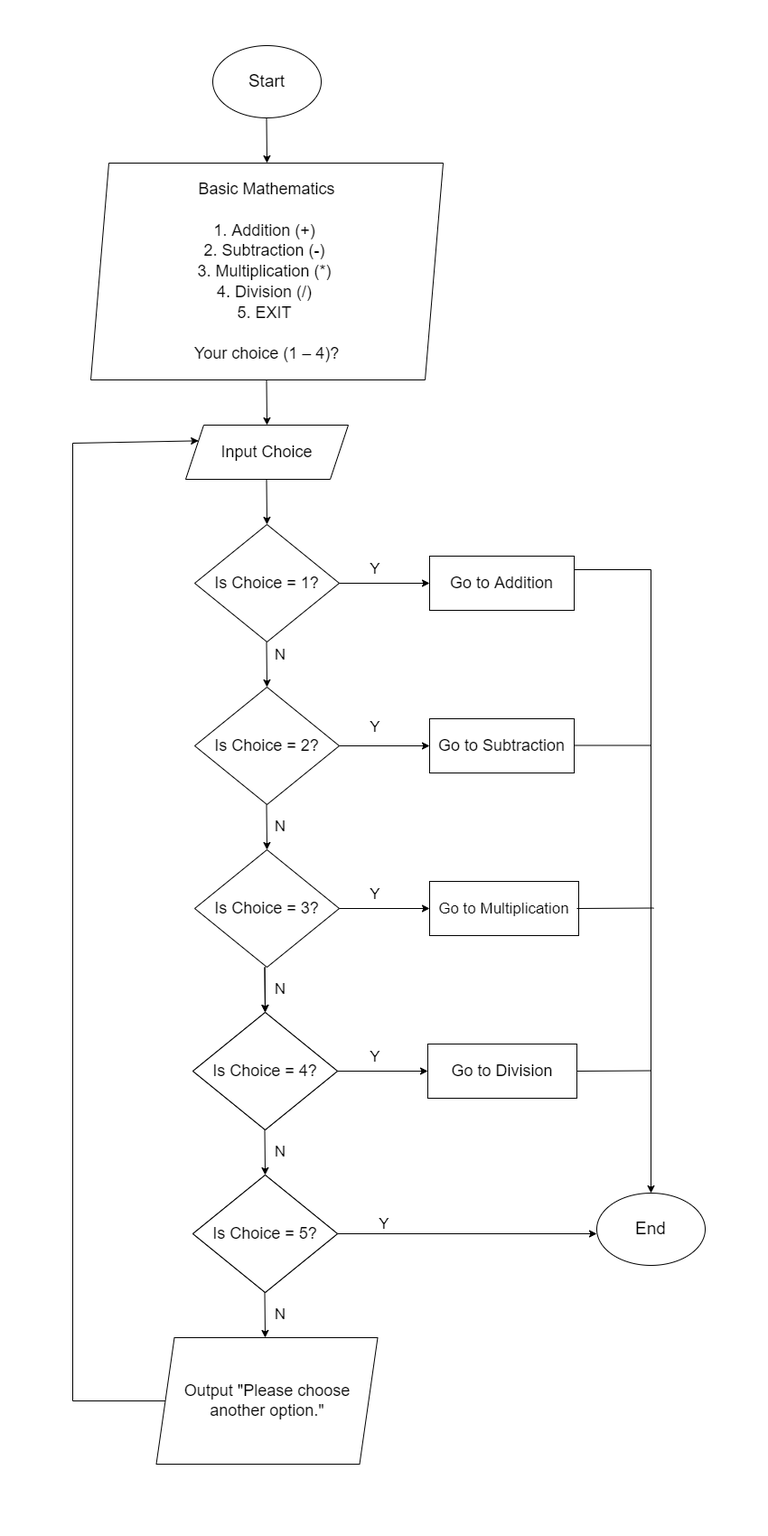
This is Basic Maths Operation Flowchart.epgz.drawio.png from amaalware/BasicMathsFlowchart, a draw.io export, as it was before one commit. Source tidied: cells renumbered, new cells last; positions are measured from the earlier drawing's top-left corner, leaving out a move shared by most shapes. The source it was exported from:
```xml
<mxGraphModel>
  <root>
    <mxCell id="0" />
    <mxCell id="1" parent="0" />
    <mxCell id="2" value="&lt;font style=&quot;font-size: 19px&quot;&gt;Start&lt;/font&gt;" style="ellipse;whiteSpace=wrap;html=1;" parent="1" vertex="1">
      <mxGeometry x="155" width="120" height="80" as="geometry" />
    </mxCell>
    <mxCell id="3" style="endArrow=classic;html=1;rounded=0;fontSize=19;" parent="1" edge="1">
      <mxGeometry relative="1" as="geometry">
        <mxPoint x="214.5" y="80" as="sourcePoint" />
        <mxPoint x="215" y="130" as="targetPoint" />
        <Array as="points">
          <mxPoint x="214.5" y="80" />
        </Array>
      </mxGeometry>
    </mxCell>
    <mxCell id="4" value="&lt;font style=&quot;font-size: 18px&quot;&gt;Basic Mathematics&lt;br&gt;&lt;br&gt;1. Addition (+) &lt;br&gt;2. Subtraction (-) &lt;br&gt;3. Multiplication (*) &lt;br&gt;4. Division (/) &lt;br&gt;5. EXIT &lt;br&gt;&lt;br&gt;Your choice (1 – 4)?&lt;br&gt;&lt;/font&gt;" style="shape=parallelogram;perimeter=parallelogramPerimeter;whiteSpace=wrap;html=1;fixedSize=1;fontSize=19;" parent="1" vertex="1">
      <mxGeometry x="20" y="130" width="390" height="240" as="geometry" />
    </mxCell>
    <mxCell id="5" style="endArrow=classic;html=1;rounded=0;fontSize=19;" parent="1" edge="1">
      <mxGeometry relative="1" as="geometry">
        <mxPoint x="214.5" y="370" as="sourcePoint" />
        <mxPoint x="215" y="420" as="targetPoint" />
        <Array as="points">
          <mxPoint x="214.5" y="370" />
        </Array>
      </mxGeometry>
    </mxCell>
    <mxCell id="6" value="Input Choice" style="shape=parallelogram;perimeter=parallelogramPerimeter;whiteSpace=wrap;html=1;fixedSize=1;fontSize=18;" parent="1" vertex="1">
      <mxGeometry x="125" y="420" width="180" height="60" as="geometry" />
    </mxCell>
    <mxCell id="7" style="endArrow=classic;html=1;rounded=0;fontSize=19;" parent="1" edge="1">
      <mxGeometry relative="1" as="geometry">
        <mxPoint x="214.5" y="480" as="sourcePoint" />
        <mxPoint x="215" y="530" as="targetPoint" />
        <Array as="points">
          <mxPoint x="214.5" y="480" />
        </Array>
      </mxGeometry>
    </mxCell>
    <mxCell id="8" value="Is Choice = 1?" style="rhombus;whiteSpace=wrap;html=1;fontSize=18;" parent="1" vertex="1">
      <mxGeometry x="135" y="530" width="160" height="130" as="geometry" />
    </mxCell>
    <mxCell id="9" style="endArrow=classic;html=1;rounded=0;fontSize=18;exitX=1;exitY=0.5;exitDx=0;exitDy=0;" parent="1" edge="1" source="8">
      <mxGeometry relative="1" as="geometry">
        <mxPoint x="395" y="595" as="targetPoint" />
      </mxGeometry>
    </mxCell>
    <mxCell id="10" value="Go to Addition" style="rounded=0;whiteSpace=wrap;html=1;fontSize=18;" parent="1" vertex="1">
      <mxGeometry x="395" y="565" width="160" height="60" as="geometry" />
    </mxCell>
    <mxCell id="11" style="endArrow=classic;html=1;rounded=0;fontSize=19;entryX=0.5;entryY=0;entryDx=0;entryDy=0;" parent="1" edge="1" target="12">
      <mxGeometry relative="1" as="geometry">
        <mxPoint x="214.5" y="660" as="sourcePoint" />
        <Array as="points">
          <mxPoint x="214.5" y="660" />
        </Array>
      </mxGeometry>
    </mxCell>
    <mxCell id="12" value="Is Choice = 2?" style="rhombus;whiteSpace=wrap;html=1;fontSize=18;" parent="1" vertex="1">
      <mxGeometry x="135" y="710" width="160" height="130" as="geometry" />
    </mxCell>
    <mxCell id="13" style="endArrow=classic;html=1;rounded=0;fontSize=18;exitX=1;exitY=0.5;exitDx=0;exitDy=0;" parent="1" edge="1" source="12">
      <mxGeometry relative="1" as="geometry">
        <mxPoint x="395" y="775" as="targetPoint" />
      </mxGeometry>
    </mxCell>
    <mxCell id="14" value="Go to Subtraction" style="rounded=0;whiteSpace=wrap;html=1;fontSize=18;" parent="1" vertex="1">
      <mxGeometry x="395" y="745" width="160" height="60" as="geometry" />
    </mxCell>
    <mxCell id="15" style="endArrow=classic;html=1;rounded=0;fontSize=19;entryX=0.5;entryY=0;entryDx=0;entryDy=0;" parent="1" edge="1" target="16">
      <mxGeometry relative="1" as="geometry">
        <mxPoint x="214.5" y="840" as="sourcePoint" />
        <Array as="points">
          <mxPoint x="214.5" y="840" />
        </Array>
      </mxGeometry>
    </mxCell>
    <mxCell id="16" value="Is Choice = 3?" style="rhombus;whiteSpace=wrap;html=1;fontSize=18;" parent="1" vertex="1">
      <mxGeometry x="135" y="890" width="160" height="130" as="geometry" />
    </mxCell>
    <mxCell id="17" style="endArrow=classic;html=1;rounded=0;fontSize=18;exitX=1;exitY=0.5;exitDx=0;exitDy=0;" parent="1" edge="1" source="16">
      <mxGeometry relative="1" as="geometry">
        <mxPoint x="395" y="955" as="targetPoint" />
      </mxGeometry>
    </mxCell>
    <mxCell id="18" value="&lt;font style=&quot;font-size: 17px&quot;&gt;Go to Multiplication&lt;/font&gt;" style="rounded=0;whiteSpace=wrap;html=1;fontSize=18;" parent="1" vertex="1">
      <mxGeometry x="395" y="925" width="165" height="60" as="geometry" />
    </mxCell>
    <mxCell id="19" style="endArrow=classic;html=1;rounded=0;fontSize=19;entryX=0.5;entryY=0;entryDx=0;entryDy=0;" parent="1" edge="1" target="20">
      <mxGeometry relative="1" as="geometry">
        <mxPoint x="212.5" y="1020" as="sourcePoint" />
        <Array as="points">
          <mxPoint x="212.5" y="1020" />
        </Array>
      </mxGeometry>
    </mxCell>
    <mxCell id="20" value="Is Choice = 4?" style="rhombus;whiteSpace=wrap;html=1;fontSize=18;" parent="1" vertex="1">
      <mxGeometry x="133" y="1070" width="160" height="130" as="geometry" />
    </mxCell>
    <mxCell id="21" style="endArrow=classic;html=1;rounded=0;fontSize=18;exitX=1;exitY=0.5;exitDx=0;exitDy=0;" parent="1" edge="1" source="20">
      <mxGeometry relative="1" as="geometry">
        <mxPoint x="393" y="1135" as="targetPoint" />
      </mxGeometry>
    </mxCell>
    <mxCell id="22" value="Go to Division" style="rounded=0;whiteSpace=wrap;html=1;fontSize=18;" parent="1" vertex="1">
      <mxGeometry x="393" y="1105" width="165" height="60" as="geometry" />
    </mxCell>
    <mxCell id="23" style="endArrow=classic;html=1;rounded=0;fontSize=19;entryX=0.5;entryY=0;entryDx=0;entryDy=0;" parent="1" edge="1" target="24">
      <mxGeometry relative="1" as="geometry">
        <mxPoint x="212.5" y="1020" as="sourcePoint" />
        <Array as="points">
          <mxPoint x="212.5" y="1020" />
        </Array>
      </mxGeometry>
    </mxCell>
    <mxCell id="24" value="Is Choice = 4?" style="rhombus;whiteSpace=wrap;html=1;fontSize=18;" parent="1" vertex="1">
      <mxGeometry x="133" y="1070" width="160" height="130" as="geometry" />
    </mxCell>
    <mxCell id="25" value="Is Choice = 4?" style="rhombus;whiteSpace=wrap;html=1;fontSize=18;" parent="1" vertex="1">
      <mxGeometry x="133" y="1250" width="160" height="130" as="geometry" />
    </mxCell>
    <mxCell id="26" style="endArrow=classic;html=1;rounded=0;fontSize=18;exitX=1;exitY=0.5;exitDx=0;exitDy=0;" parent="1" edge="1" source="25">
      <mxGeometry relative="1" as="geometry">
        <mxPoint x="580" y="1315" as="targetPoint" />
      </mxGeometry>
    </mxCell>
    <mxCell id="27" style="endArrow=classic;html=1;rounded=0;fontSize=19;entryX=0.5;entryY=0;entryDx=0;entryDy=0;" parent="1" edge="1" target="28">
      <mxGeometry relative="1" as="geometry">
        <mxPoint x="212.5" y="1200" as="sourcePoint" />
        <Array as="points">
          <mxPoint x="212.5" y="1200" />
        </Array>
      </mxGeometry>
    </mxCell>
    <mxCell id="28" value="Is Choice = 5?" style="rhombus;whiteSpace=wrap;html=1;fontSize=18;" parent="1" vertex="1">
      <mxGeometry x="133" y="1250" width="160" height="130" as="geometry" />
    </mxCell>
    <mxCell id="29" value="&lt;font style=&quot;font-size: 19px&quot;&gt;End&lt;/font&gt;" style="ellipse;whiteSpace=wrap;html=1;" parent="1" vertex="1">
      <mxGeometry x="580" y="1270" width="120" height="80" as="geometry" />
    </mxCell>
    <mxCell id="30" style="endArrow=classic;html=1;rounded=0;fontSize=19;entryX=0.5;entryY=0;entryDx=0;entryDy=0;" parent="1" edge="1">
      <mxGeometry relative="1" as="geometry">
        <mxPoint x="212.5" y="1380" as="sourcePoint" />
        <mxPoint x="213" y="1430" as="targetPoint" />
        <Array as="points">
          <mxPoint x="212.5" y="1380" />
        </Array>
      </mxGeometry>
    </mxCell>
    <mxCell id="31" value="Output &quot;Please choose another option.&quot;" style="shape=parallelogram;perimeter=parallelogramPerimeter;whiteSpace=wrap;html=1;fixedSize=1;fontSize=18;" parent="1" vertex="1">
      <mxGeometry x="92.5" y="1430" width="245" height="140" as="geometry" />
    </mxCell>
    <mxCell id="32" style="endArrow=none;html=1;rounded=0;fontSize=17;exitX=0;exitY=0.5;exitDx=0;exitDy=0;" parent="1" edge="1" source="31">
      <mxGeometry relative="1" as="geometry">
        <mxPoint y="1500" as="targetPoint" />
      </mxGeometry>
    </mxCell>
    <mxCell id="33" style="endArrow=none;html=1;rounded=0;fontSize=17;" parent="1" edge="1">
      <mxGeometry relative="1" as="geometry">
        <mxPoint y="1500" as="sourcePoint" />
        <mxPoint y="440" as="targetPoint" />
      </mxGeometry>
    </mxCell>
    <mxCell id="34" style="endArrow=classic;html=1;rounded=0;fontSize=17;entryX=0;entryY=0.25;entryDx=0;entryDy=0;" parent="1" edge="1" target="6">
      <mxGeometry relative="1" as="geometry">
        <mxPoint y="440" as="sourcePoint" />
      </mxGeometry>
    </mxCell>
    <mxCell id="35" style="endArrow=classic;html=1;rounded=0;fontSize=17;" parent="1" edge="1">
      <mxGeometry relative="1" as="geometry">
        <mxPoint x="640" y="580" as="sourcePoint" />
        <mxPoint x="640" y="1270" as="targetPoint" />
      </mxGeometry>
    </mxCell>
    <mxCell id="36" style="endArrow=none;html=1;rounded=0;fontSize=17;exitX=1;exitY=0.25;exitDx=0;exitDy=0;" parent="1" edge="1" source="10">
      <mxGeometry relative="1" as="geometry">
        <mxPoint x="640" y="580" as="targetPoint" />
      </mxGeometry>
    </mxCell>
    <mxCell id="37" style="endArrow=none;html=1;rounded=0;fontSize=17;exitX=1;exitY=0.25;exitDx=0;exitDy=0;" parent="1" edge="1">
      <mxGeometry relative="1" as="geometry">
        <mxPoint x="555" y="774.5" as="sourcePoint" />
        <mxPoint x="640" y="774.5" as="targetPoint" />
      </mxGeometry>
    </mxCell>
    <mxCell id="38" style="endArrow=none;html=1;rounded=0;fontSize=17;" parent="1" edge="1">
      <mxGeometry relative="1" as="geometry">
        <mxPoint x="558" y="955" as="sourcePoint" />
        <mxPoint x="643" y="954.5" as="targetPoint" />
      </mxGeometry>
    </mxCell>
    <mxCell id="39" style="endArrow=none;html=1;rounded=0;fontSize=17;exitX=1;exitY=0.5;exitDx=0;exitDy=0;" parent="1" edge="1" source="22">
      <mxGeometry relative="1" as="geometry">
        <mxPoint x="640" y="1134.5" as="targetPoint" />
      </mxGeometry>
    </mxCell>
    <mxCell id="40" value="Y" style="text;html=1;strokeColor=none;fillColor=none;align=center;verticalAlign=middle;whiteSpace=wrap;rounded=0;fontSize=17;" parent="1" vertex="1">
      <mxGeometry x="305" y="565" width="60" height="30" as="geometry" />
    </mxCell>
    <mxCell id="41" value="Y" style="text;html=1;strokeColor=none;fillColor=none;align=center;verticalAlign=middle;whiteSpace=wrap;rounded=0;fontSize=17;" parent="1" vertex="1">
      <mxGeometry x="305" y="740" width="60" height="30" as="geometry" />
    </mxCell>
    <mxCell id="42" value="N" style="text;html=1;strokeColor=none;fillColor=none;align=center;verticalAlign=middle;whiteSpace=wrap;rounded=0;fontSize=17;" parent="1" vertex="1">
      <mxGeometry x="200" y="660" width="60" height="30" as="geometry" />
    </mxCell>
    <mxCell id="43" value="Y" style="text;html=1;strokeColor=none;fillColor=none;align=center;verticalAlign=middle;whiteSpace=wrap;rounded=0;fontSize=17;" parent="1" vertex="1">
      <mxGeometry x="305" y="925" width="60" height="30" as="geometry" />
    </mxCell>
    <mxCell id="44" value="Y" style="text;html=1;strokeColor=none;fillColor=none;align=center;verticalAlign=middle;whiteSpace=wrap;rounded=0;fontSize=17;" parent="1" vertex="1">
      <mxGeometry x="305" y="1105" width="60" height="30" as="geometry" />
    </mxCell>
    <mxCell id="45" value="Y" style="text;html=1;strokeColor=none;fillColor=none;align=center;verticalAlign=middle;whiteSpace=wrap;rounded=0;fontSize=17;" parent="1" vertex="1">
      <mxGeometry x="315" y="1290" width="60" height="30" as="geometry" />
    </mxCell>
    <mxCell id="46" value="N" style="text;html=1;strokeColor=none;fillColor=none;align=center;verticalAlign=middle;whiteSpace=wrap;rounded=0;fontSize=17;" parent="1" vertex="1">
      <mxGeometry x="200" y="850" width="60" height="30" as="geometry" />
    </mxCell>
    <mxCell id="47" value="N" style="text;html=1;strokeColor=none;fillColor=none;align=center;verticalAlign=middle;whiteSpace=wrap;rounded=0;fontSize=17;" parent="1" vertex="1">
      <mxGeometry x="200" y="1030" width="60" height="30" as="geometry" />
    </mxCell>
    <mxCell id="48" value="N" style="text;html=1;strokeColor=none;fillColor=none;align=center;verticalAlign=middle;whiteSpace=wrap;rounded=0;fontSize=17;" parent="1" vertex="1">
      <mxGeometry x="200" y="1210" width="60" height="30" as="geometry" />
    </mxCell>
    <mxCell id="49" value="N" style="text;html=1;strokeColor=none;fillColor=none;align=center;verticalAlign=middle;whiteSpace=wrap;rounded=0;fontSize=17;" parent="1" vertex="1">
      <mxGeometry x="200" y="1390" width="60" height="30" as="geometry" />
    </mxCell>
  </root>
</mxGraphModel>
```
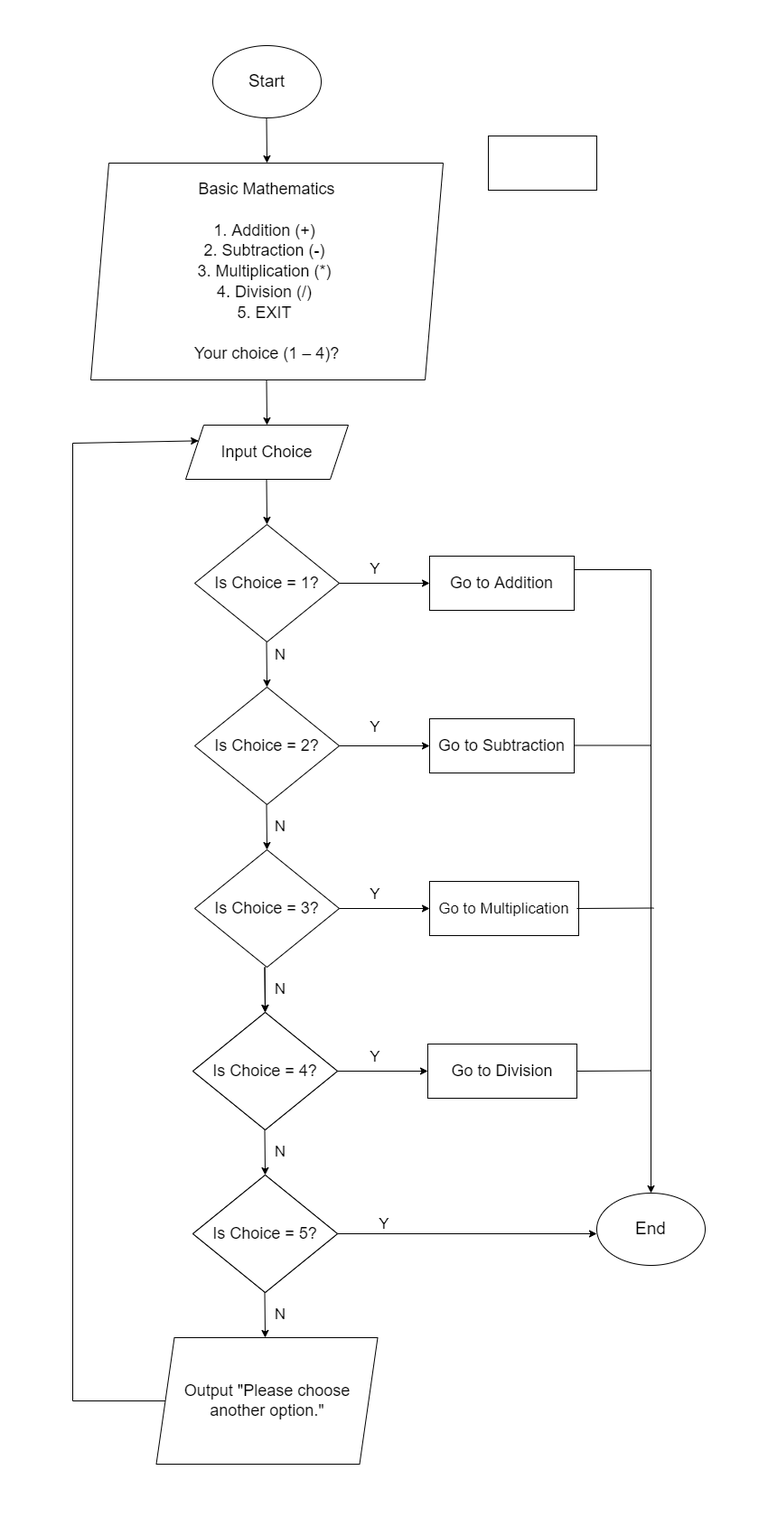
After the commit.

Diff of the diagram source:
```diff
@@ -225,5 +225,8 @@
     <mxCell id="49" value="N" style="text;html=1;strokeColor=none;fillColor=none;align=center;verticalAlign=middle;whiteSpace=wrap;rounded=0;fontSize=17;" parent="1" vertex="1">
       <mxGeometry x="200" y="1390" width="60" height="30" as="geometry" />
     </mxCell>
+    <mxCell id="50" style="rounded=0;whiteSpace=wrap;html=1;" parent="1" vertex="1">
+      <mxGeometry x="460" y="100" width="120" height="60" as="geometry" />
+    </mxCell>
   </root>
 </mxGraphModel>
```
